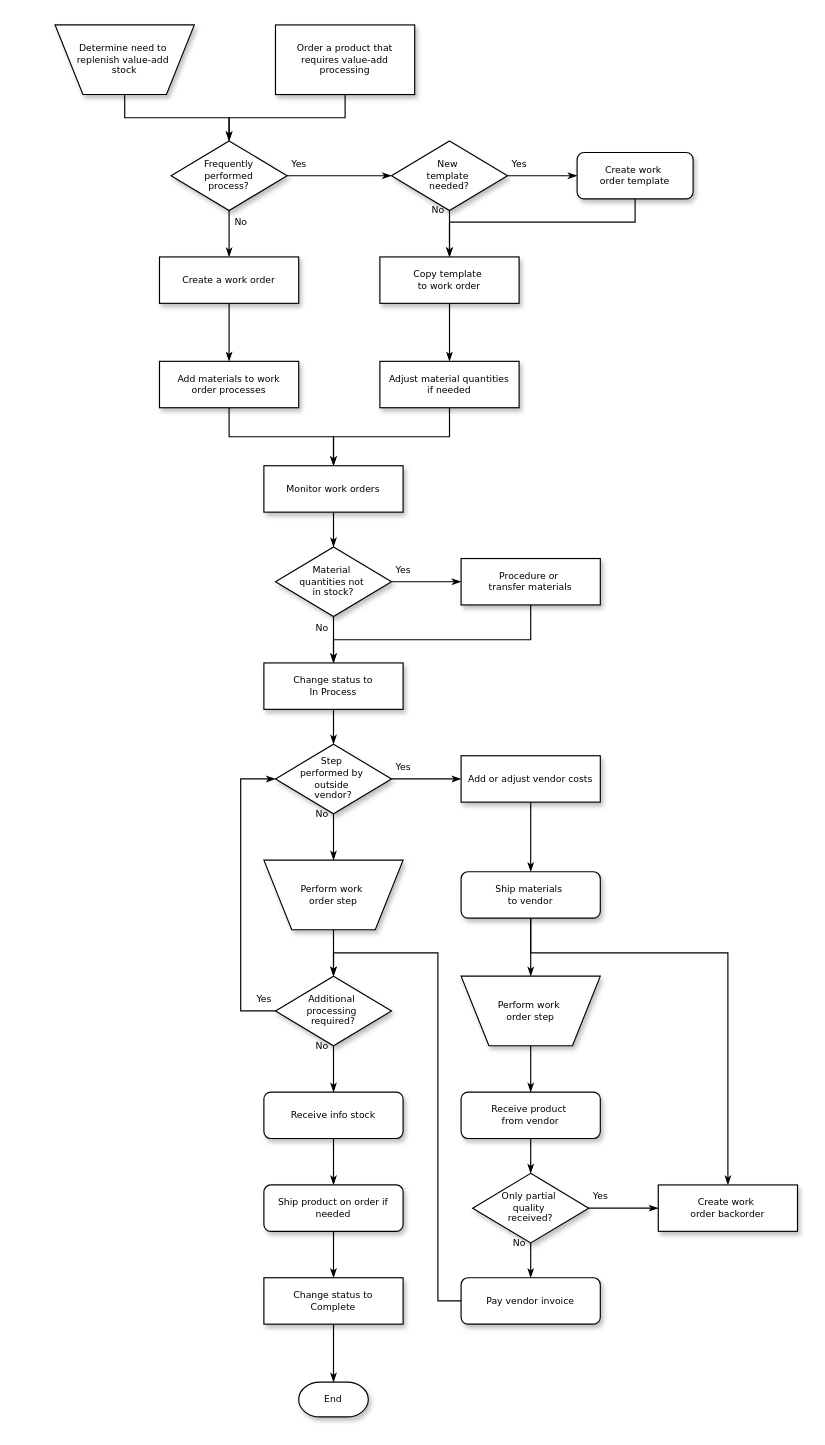
nealsolves/LlamaBama keeps this draw.io diagram as ResumeChecker.drawio. Above is the earlier version. Source tidied: cells renumbered, new cells numbered last; positions are measured from the earlier drawing's top-left corner, leaving out a move shared by most shapes. Both pictures are drawn from the tidied source at 116%, with x=0, y=0 at pixel (55, 24).
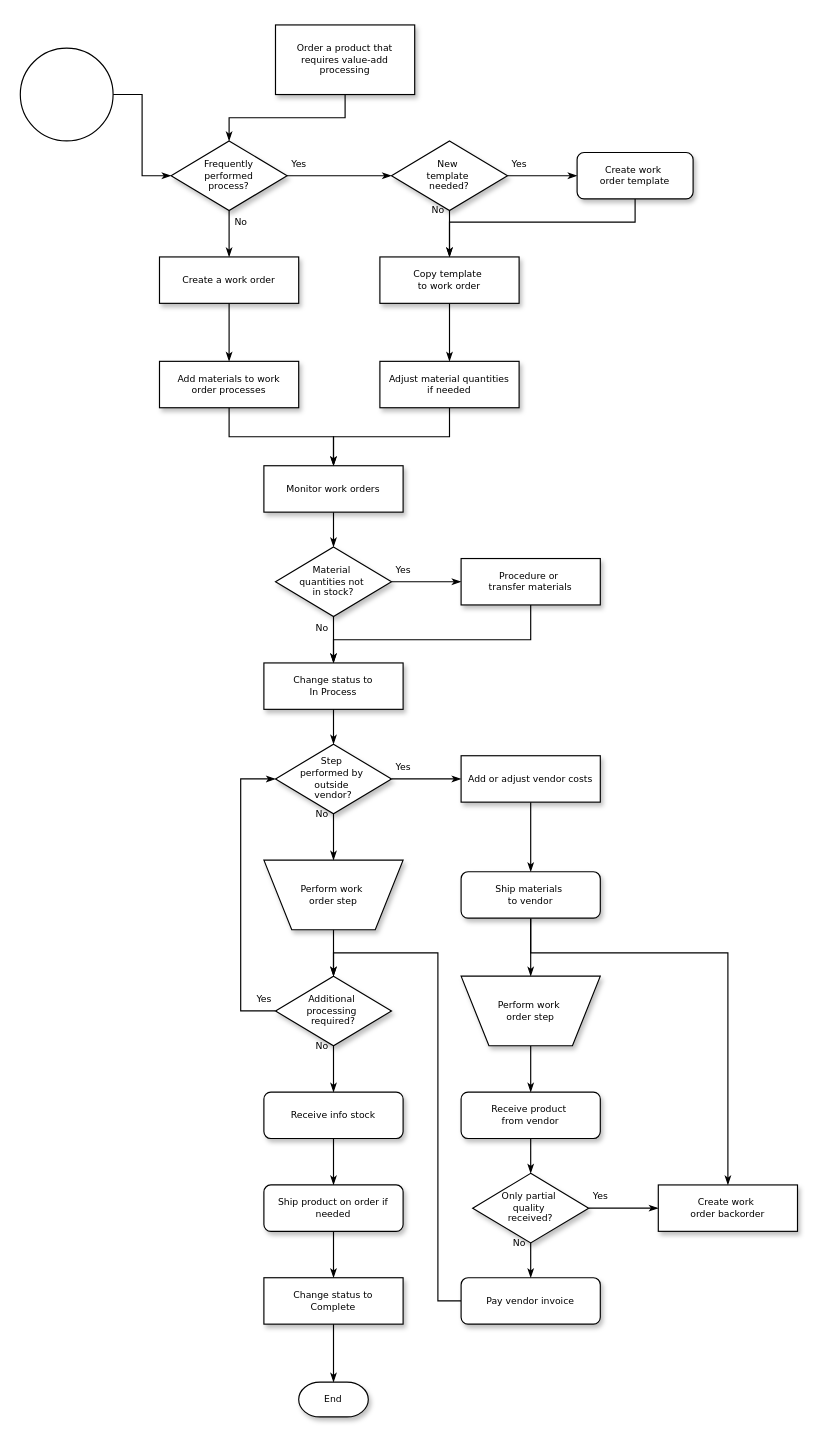
After the change.

The change refers to these unchanged cells:
```xml
<mxCell id="8" value="Frequently&lt;div&gt;performed&lt;/div&gt;&lt;div&gt;process?&lt;/div&gt;" style="rhombus;whiteSpace=wrap;html=1;rounded=0;shadow=1;labelBackgroundColor=none;strokeWidth=1;fontFamily=Verdana;fontSize=8;align=center;" parent="1" vertex="1">
  <mxGeometry x="100" y="100" width="100" height="60" as="geometry" />
</mxCell>
```

What changed in the source:
```diff
@@
-    <mxCell id="2" style="edgeStyle=orthogonalEdgeStyle;rounded=0;html=1;labelBackgroundColor=none;startSize=5;endArrow=classicThin;endFill=1;endSize=5;jettySize=auto;strokeWidth=1;fontFamily=Verdana;fontSize=8;" parent="1" edge="1" source="3" target="8">
+    <mxCell id="2" style="edgeStyle=orthogonalEdgeStyle;rounded=0;html=1;labelBackgroundColor=none;startSize=5;endArrow=classicThin;endFill=1;endSize=5;jettySize=auto;strokeWidth=1;fontFamily=Verdana;fontSize=8;exitX=1;exitY=0.5;exitDx=0;exitDy=0;" parent="1" edge="1" source="61" target="8">
       <mxGeometry relative="1" as="geometry" />
     </mxCell>
-    <mxCell id="3" value="Determine need to&amp;nbsp;&lt;div&gt;replenish value-add&amp;nbsp;&lt;/div&gt;&lt;div&gt;stock&lt;/div&gt;" style="shape=trapezoid;whiteSpace=wrap;html=1;rounded=0;shadow=1;labelBackgroundColor=none;strokeWidth=1;fontFamily=Verdana;fontSize=8;align=center;flipV=1;" parent="1" vertex="1">
-      <mxGeometry width="120" height="60" as="geometry" />
-    </mxCell>
@@
+    <mxCell id="61" style="ellipse;whiteSpace=wrap;html=1;" parent="1" vertex="1">
+      <mxGeometry x="-30" y="20" width="80" height="80" as="geometry" />
+    </mxCell>
```
